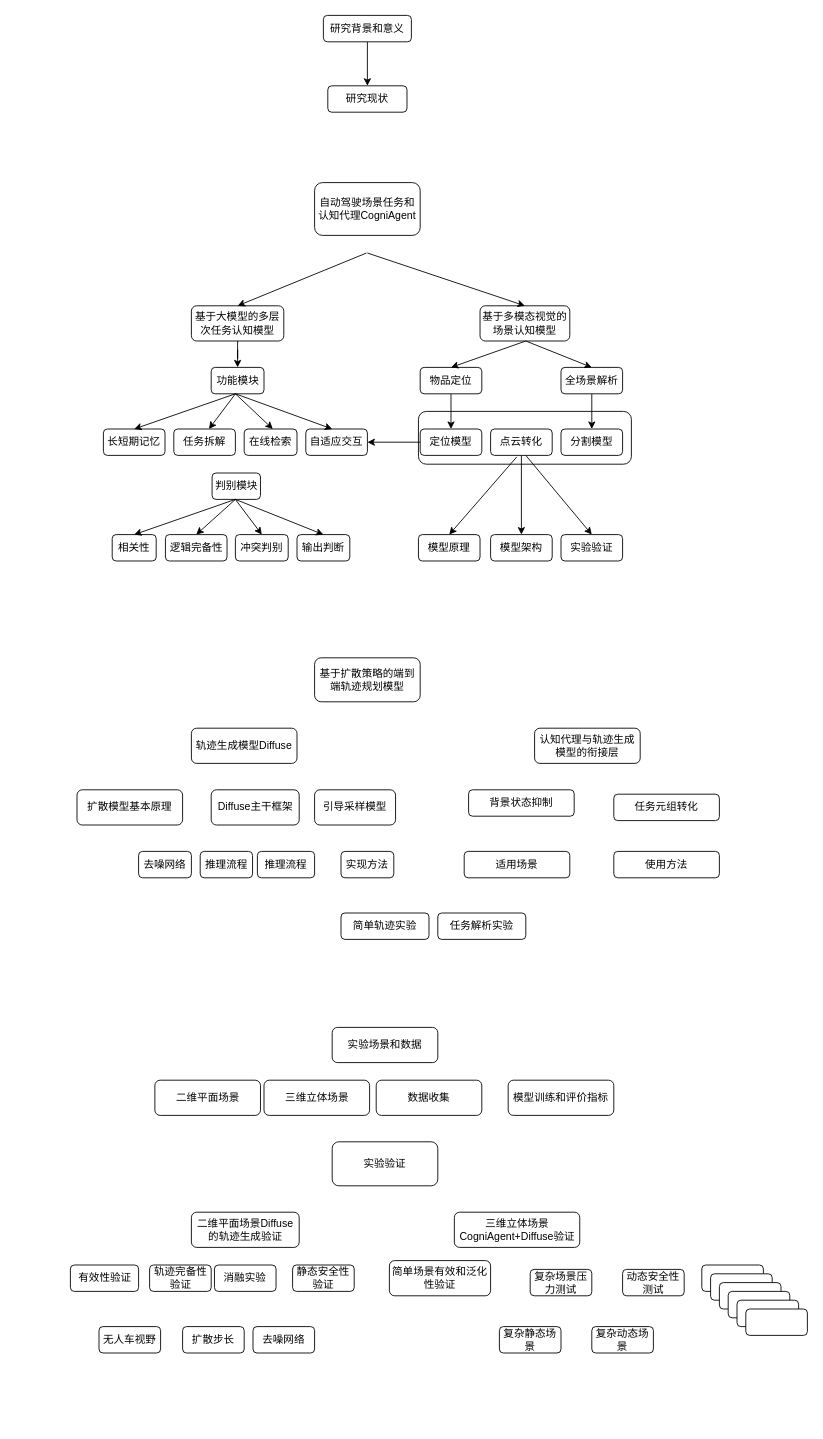
abigfreshman/abigfreshman keeps this draw.io diagram as 技术路线图.drawio. Above is the earlier version. Source tidied: cells renumbered, new cells numbered last; positions are measured from the earlier drawing's top-left corner, leaving out a move shared by most shapes. Both pictures are drawn from the tidied source at 88%, with x=0, y=0 at pixel (70, 15).
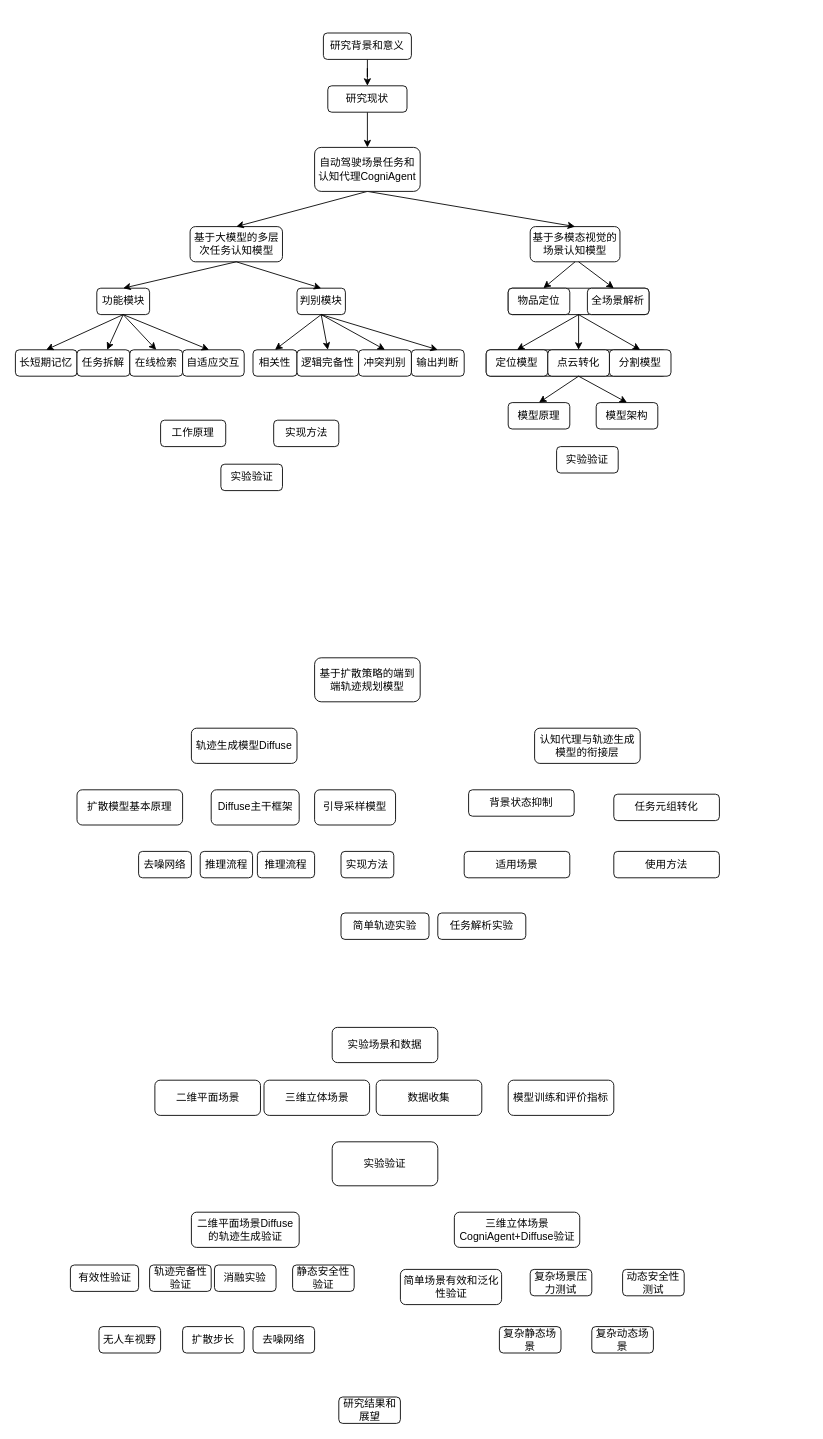
Above is the later version.

Commit message (it also covers changes not shown here):
Update 技术路线图.drawio

The change refers to these unchanged cells:
```xml
<mxCell id="5" value="研究现状" style="whiteSpace=wrap;html=1;rounded=1;" parent="1" vertex="1">
  <mxGeometry x="293" y="80" width="90" height="30" as="geometry" />
</mxCell>
```

The edit, as a diff of the source:
```diff
@@
-    <mxCell id="2" style="rounded=1;whiteSpace=wrap;html=1;" parent="1" vertex="1">
-      <mxGeometry x="396" y="450" width="242" height="60" as="geometry" />
-    </mxCell>
+    <mxCell id="88" style="rounded=1;whiteSpace=wrap;html=1;" parent="1" vertex="1">
+      <mxGeometry x="473" y="380" width="205" height="30" as="geometry" />
+    </mxCell>
+    <mxCell id="89" style="edgeStyle=orthogonalEdgeStyle;rounded=0;jettySize=auto;html=1;entryX=0.5;entryY=0;entryDx=0;entryDy=0;" parent="1" edge="1" source="90" target="37">
+      <mxGeometry relative="1" as="geometry" />
+    </mxCell>
+    <mxCell id="90" style="rounded=1;whiteSpace=wrap;html=1;" parent="1" vertex="1">
+      <mxGeometry x="498" y="310" width="160" height="30" as="geometry" />
+    </mxCell>
@@
     <mxCell id="4" value="研究背景和意义" style="rounded=1;whiteSpace=wrap;html=1;" parent="1" vertex="1">
-      <mxGeometry x="288" width="100" height="30" as="geometry" />
+      <mxGeometry x="288" y="20" width="100" height="30" as="geometry" />
     </mxCell>
+    <mxCell id="91" style="edgeStyle=orthogonalEdgeStyle;rounded=0;jettySize=auto;html=1;entryX=0.5;entryY=0;entryDx=0;entryDy=0;" parent="1" edge="1" source="5" target="51">
+      <mxGeometry relative="1" as="geometry" />
+    </mxCell>
@@
-    <mxCell id="6" style="edgeStyle=orthogonalEdgeStyle;rounded=0;jettySize=auto;html=1;entryX=0.5;entryY=0;entryDx=0;entryDy=0;" parent="1" edge="1" source="7" target="9">
-      <mxGeometry relative="1" as="geometry" />
-    </mxCell>
     <mxCell id="7" value="基于大模型的多层次任务认知模型" style="rounded=1;whiteSpace=wrap;html=1;" parent="1" vertex="1">
-      <mxGeometry x="138" y="330" width="105" height="40" as="geometry" />
+      <mxGeometry x="136.5" y="240" width="105" height="40" as="geometry" />
     </mxCell>
     <mxCell id="8" value="基于多模态视觉的场景认知模型" style="rounded=1;whiteSpace=wrap;html=1;" parent="1" vertex="1">
-      <mxGeometry x="466" y="330" width="102" height="40" as="geometry" />
+      <mxGeometry x="523" y="240" width="102" height="40" as="geometry" />
     </mxCell>
     <mxCell id="9" value="功能模块" style="rounded=1;whiteSpace=wrap;html=1;" parent="1" vertex="1">
-      <mxGeometry x="160.5" y="400" width="60" height="30" as="geometry" />
+      <mxGeometry x="30.5" y="310" width="60" height="30" as="geometry" />
     </mxCell>
     <mxCell id="10" value="判别模块" style="rounded=1;whiteSpace=wrap;html=1;" parent="1" vertex="1">
-      <mxGeometry x="161.5" y="520" width="55" height="30" as="geometry" />
+      <mxGeometry x="258" y="310" width="55" height="30" as="geometry" />
     </mxCell>
     <mxCell id="11" value="长短期记忆" style="rounded=1;whiteSpace=wrap;html=1;" parent="1" vertex="1">
-      <mxGeometry x="38" y="470" width="70" height="30" as="geometry" />
+      <mxGeometry x="-62" y="380" width="70" height="30" as="geometry" />
     </mxCell>
     <mxCell id="12" value="任务拆解" style="rounded=1;whiteSpace=wrap;html=1;" parent="1" vertex="1">
-      <mxGeometry x="118" y="470" width="70" height="30" as="geometry" />
+      <mxGeometry x="8" y="380" width="60" height="30" as="geometry" />
     </mxCell>
     <mxCell id="13" value="在线检索" style="rounded=1;whiteSpace=wrap;html=1;" parent="1" vertex="1">
-      <mxGeometry x="198" y="470" width="60" height="30" as="geometry" />
+      <mxGeometry x="68" y="380" width="60" height="30" as="geometry" />
     </mxCell>
     <mxCell id="14" value="自适应交互" style="rounded=1;whiteSpace=wrap;html=1;" parent="1" vertex="1">
-      <mxGeometry x="268" y="470" width="70" height="30" as="geometry" />
+      <mxGeometry x="128" y="380" width="70" height="30" as="geometry" />
     </mxCell>
     <mxCell id="15" value="相关性" style="rounded=1;whiteSpace=wrap;html=1;" parent="1" vertex="1">
-      <mxGeometry x="48" y="590" width="50" height="30" as="geometry" />
+      <mxGeometry x="208" y="380" width="50" height="30" as="geometry" />
     </mxCell>
     <mxCell id="16" value="逻辑完备性" style="rounded=1;whiteSpace=wrap;html=1;" parent="1" vertex="1">
-      <mxGeometry x="108.5" y="590" width="70" height="30" as="geometry" />
+      <mxGeometry x="258" y="380" width="70" height="30" as="geometry" />
     </mxCell>
     <mxCell id="17" value="输出判断" style="rounded=1;whiteSpace=wrap;html=1;" parent="1" vertex="1">
-      <mxGeometry x="258" y="590" width="60" height="30" as="geometry" />
+      <mxGeometry x="388" y="380" width="60" height="30" as="geometry" />
     </mxCell>
     <mxCell id="18" value="冲突判别" style="rounded=1;whiteSpace=wrap;html=1;" parent="1" vertex="1">
-      <mxGeometry x="188" y="590" width="60" height="30" as="geometry" />
+      <mxGeometry x="328" y="380" width="60" height="30" as="geometry" />
     </mxCell>
-    <mxCell id="19" style="endArrow=classic;html=1;rounded=0;entryX=0.5;entryY=0;entryDx=0;entryDy=0;" parent="1" edge="1" target="8">
-      <mxGeometry relative="1" as="geometry">
-        <mxPoint x="338" y="270" as="sourcePoint" />
-      </mxGeometry>
+    <mxCell id="19" style="endArrow=classic;html=1;rounded=0;entryX=0.5;entryY=0;entryDx=0;entryDy=0;exitX=0.5;exitY=1;exitDx=0;exitDy=0;" parent="1" edge="1" source="51" target="8">
+      <mxGeometry relative="1" as="geometry" />
     </mxCell>
-    <mxCell id="20" style="endArrow=classic;html=1;rounded=0;entryX=0.5;entryY=0;entryDx=0;entryDy=0;" parent="1" edge="1" target="7">
-      <mxGeometry relative="1" as="geometry">
-        <mxPoint x="337" y="270" as="sourcePoint" />
-      </mxGeometry>
+    <mxCell id="20" style="endArrow=classic;html=1;rounded=0;entryX=0.5;entryY=0;entryDx=0;entryDy=0;exitX=0.5;exitY=1;exitDx=0;exitDy=0;" parent="1" edge="1" source="51" target="7">
+      <mxGeometry relative="1" as="geometry" />
     </mxCell>
-    <mxCell id="21" style="endArrow=classic;html=1;rounded=0;entryX=0.571;entryY=0;entryDx=0;entryDy=0;entryPerimeter=0;" parent="1" edge="1" target="12">
-      <mxGeometry relative="1" as="geometry">
-        <mxPoint x="188" y="430" as="sourcePoint" />
-      </mxGeometry>
+    <mxCell id="21" style="endArrow=classic;html=1;rounded=0;entryX=0.571;entryY=0;entryDx=0;entryDy=0;entryPerimeter=0;exitX=0.5;exitY=1;exitDx=0;exitDy=0;" parent="1" edge="1" source="9" target="12">
+      <mxGeometry relative="1" as="geometry" />
     </mxCell>
-    <mxCell id="22" style="endArrow=classic;html=1;rounded=0;entryX=0.571;entryY=0;entryDx=0;entryDy=0;entryPerimeter=0;" parent="1" edge="1">
-      <mxGeometry relative="1" as="geometry">
-        <mxPoint x="188" y="430" as="sourcePoint" />
-        <mxPoint x="230.5" y="470" as="targetPoint" />
-      </mxGeometry>
+    <mxCell id="22" style="endArrow=classic;html=1;rounded=0;entryX=0.5;entryY=0;entryDx=0;entryDy=0;exitX=0.5;exitY=1;exitDx=0;exitDy=0;" parent="1" edge="1" source="9" target="13">
+      <mxGeometry relative="1" as="geometry" />
     </mxCell>
-    <mxCell id="23" style="endArrow=classic;html=1;rounded=0;entryX=0.5;entryY=0;entryDx=0;entryDy=0;" parent="1" edge="1" target="11">
-      <mxGeometry relative="1" as="geometry">
-        <mxPoint x="188" y="430" as="sourcePoint" />
-      </mxGeometry>
+    <mxCell id="23" style="endArrow=classic;html=1;rounded=0;entryX=0.5;entryY=0;entryDx=0;entryDy=0;exitX=0.5;exitY=1;exitDx=0;exitDy=0;" parent="1" edge="1" source="9" target="11">
+      <mxGeometry relative="1" as="geometry" />
     </mxCell>
-    <mxCell id="24" style="endArrow=classic;html=1;rounded=0;entryX=0.429;entryY=0;entryDx=0;entryDy=0;entryPerimeter=0;" parent="1" edge="1" target="14">
-      <mxGeometry relative="1" as="geometry">
-        <mxPoint x="188" y="430" as="sourcePoint" />
-      </mxGeometry>
+    <mxCell id="24" style="endArrow=classic;html=1;rounded=0;entryX=0.429;entryY=0;entryDx=0;entryDy=0;entryPerimeter=0;exitX=0.5;exitY=1;exitDx=0;exitDy=0;" parent="1" edge="1" source="9" target="14">
+      <mxGeometry relative="1" as="geometry" />
     </mxCell>
-    <mxCell id="25" style="endArrow=classic;html=1;rounded=0;entryX=0.5;entryY=0;entryDx=0;entryDy=0;" parent="1" edge="1" target="17">
-      <mxGeometry relative="1" as="geometry">
-        <mxPoint x="188" y="550" as="sourcePoint" />
-      </mxGeometry>
+    <mxCell id="25" style="endArrow=classic;html=1;rounded=0;entryX=0.5;entryY=0;entryDx=0;entryDy=0;exitX=0.5;exitY=1;exitDx=0;exitDy=0;" parent="1" edge="1" source="10" target="17">
+      <mxGeometry relative="1" as="geometry" />
     </mxCell>
-    <mxCell id="26" style="endArrow=classic;html=1;rounded=0;entryX=0.5;entryY=0;entryDx=0;entryDy=0;" parent="1" edge="1" target="18">
-      <mxGeometry relative="1" as="geometry">
-        <mxPoint x="188" y="550" as="sourcePoint" />
-      </mxGeometry>
+    <mxCell id="26" style="endArrow=classic;html=1;rounded=0;entryX=0.5;entryY=0;entryDx=0;entryDy=0;exitX=0.5;exitY=1;exitDx=0;exitDy=0;" parent="1" edge="1" source="10" target="18">
+      <mxGeometry relative="1" as="geometry" />
     </mxCell>
-    <mxCell id="27" style="endArrow=classic;html=1;rounded=0;entryX=0.5;entryY=0;entryDx=0;entryDy=0;" parent="1" edge="1" target="16">
-      <mxGeometry relative="1" as="geometry">
-        <mxPoint x="188" y="550" as="sourcePoint" />
-      </mxGeometry>
+    <mxCell id="27" style="endArrow=classic;html=1;rounded=0;entryX=0.5;entryY=0;entryDx=0;entryDy=0;exitX=0.5;exitY=1;exitDx=0;exitDy=0;" parent="1" edge="1" source="10" target="16">
+      <mxGeometry relative="1" as="geometry" />
     </mxCell>
-    <mxCell id="28" style="endArrow=classic;html=1;rounded=0;entryX=0.5;entryY=0;entryDx=0;entryDy=0;" parent="1" edge="1" target="15">
-      <mxGeometry relative="1" as="geometry">
-        <mxPoint x="188" y="550" as="sourcePoint" />
-      </mxGeometry>
+    <mxCell id="28" style="endArrow=classic;html=1;rounded=0;entryX=0.5;entryY=0;entryDx=0;entryDy=0;exitX=0.5;exitY=1;exitDx=0;exitDy=0;" parent="1" edge="1" source="10" target="15">
+      <mxGeometry relative="1" as="geometry" />
     </mxCell>
-    <mxCell id="29" style="edgeStyle=orthogonalEdgeStyle;rounded=0;jettySize=auto;html=1;" parent="1" edge="1" source="30" target="35">
-      <mxGeometry relative="1" as="geometry" />
-    </mxCell>
     <mxCell id="30" value="物品定位" style="rounded=1;whiteSpace=wrap;html=1;" parent="1" vertex="1">
-      <mxGeometry x="398" y="400" width="70" height="30" as="geometry" />
+      <mxGeometry x="498" y="310" width="70" height="30" as="geometry" />
     </mxCell>
-    <mxCell id="31" style="edgeStyle=orthogonalEdgeStyle;rounded=0;jettySize=auto;html=1;entryX=0.5;entryY=0;entryDx=0;entryDy=0;" parent="1" edge="1" source="32" target="33">
-      <mxGeometry relative="1" as="geometry" />
-    </mxCell>
     <mxCell id="32" value="全场景解析" style="rounded=1;whiteSpace=wrap;html=1;" parent="1" vertex="1">
-      <mxGeometry x="558" y="400" width="70" height="30" as="geometry" />
+      <mxGeometry x="588" y="310" width="70" height="30" as="geometry" />
     </mxCell>
     <mxCell id="33" value="分割模型" style="rounded=1;whiteSpace=wrap;html=1;" parent="1" vertex="1">
-      <mxGeometry x="558" y="470" width="70" height="30" as="geometry" />
+      <mxGeometry x="613" y="380" width="70" height="30" as="geometry" />
     </mxCell>
-    <mxCell id="34" style="edgeStyle=orthogonalEdgeStyle;rounded=0;jettySize=auto;html=1;entryX=1;entryY=0.5;entryDx=0;entryDy=0;" parent="1" edge="1" source="35" target="14">
-      <mxGeometry relative="1" as="geometry" />
-    </mxCell>
     <mxCell id="35" value="定位模型" style="rounded=1;whiteSpace=wrap;html=1;" parent="1" vertex="1">
-      <mxGeometry x="398" y="470" width="70" height="30" as="geometry" />
+      <mxGeometry x="473" y="380" width="70" height="30" as="geometry" />
     </mxCell>
-    <mxCell id="36" style="edgeStyle=orthogonalEdgeStyle;rounded=0;jettySize=auto;html=1;entryX=0.5;entryY=0;entryDx=0;entryDy=0;" parent="1" edge="1" source="37" target="42">
-      <mxGeometry relative="1" as="geometry" />
-    </mxCell>
     <mxCell id="37" value="点云转化" style="rounded=1;whiteSpace=wrap;html=1;" parent="1" vertex="1">
-      <mxGeometry x="478" y="470" width="70" height="30" as="geometry" />
+      <mxGeometry x="543" y="380" width="70" height="30" as="geometry" />
     </mxCell>
     <mxCell id="38" value="模型原理" style="rounded=1;whiteSpace=wrap;html=1;" parent="1" vertex="1">
-      <mxGeometry x="396" y="590" width="70" height="30" as="geometry" />
+      <mxGeometry x="498" y="440" width="70" height="30" as="geometry" />
     </mxCell>
     <mxCell id="39" value="实验验证" style="rounded=1;whiteSpace=wrap;html=1;" parent="1" vertex="1">
-      <mxGeometry x="558" y="590" width="70" height="30" as="geometry" />
+      <mxGeometry x="553" y="490" width="70" height="30" as="geometry" />
     </mxCell>
-    <mxCell id="40" style="endArrow=classic;html=1;rounded=0;entryX=0.5;entryY=0;entryDx=0;entryDy=0;" parent="1" edge="1" target="32">
+    <mxCell id="40" style="endArrow=classic;html=1;rounded=0;entryX=0.75;entryY=0;entryDx=0;entryDy=0;" parent="1" edge="1" target="90">
       <mxGeometry relative="1" as="geometry">
-        <mxPoint x="518" y="370" as="sourcePoint" />
+        <mxPoint x="578" y="280" as="sourcePoint" />
       </mxGeometry>
     </mxCell>
-    <mxCell id="41" style="endArrow=classic;html=1;rounded=0;entryX=0.5;entryY=0;entryDx=0;entryDy=0;" parent="1" edge="1" target="30">
-      <mxGeometry relative="1" as="geometry">
-        <mxPoint x="518" y="370" as="sourcePoint" />
-      </mxGeometry>
+    <mxCell id="41" style="endArrow=classic;html=1;rounded=0;entryX=0.25;entryY=0;entryDx=0;entryDy=0;exitX=0.5;exitY=1;exitDx=0;exitDy=0;" parent="1" edge="1" source="8" target="90">
+      <mxGeometry relative="1" as="geometry" />
     </mxCell>
-    <mxCell id="42" value="模型架构" style="rounded=1;whiteSpace=wrap;html=1;" parent="1" vertex="1">
-      <mxGeometry x="478" y="590" width="70" height="30" as="geometry" />
-    </mxCell>
-    <mxCell id="43" style="endArrow=classic;html=1;rounded=0;entryX=0.5;entryY=0;entryDx=0;entryDy=0;" parent="1" edge="1" target="39">
-      <mxGeometry relative="1" as="geometry">
-        <mxPoint x="518" y="500" as="sourcePoint" />
-      </mxGeometry>
-    </mxCell>
-    <mxCell id="44" style="endArrow=classic;html=1;rounded=0;entryX=0.5;entryY=0;entryDx=0;entryDy=0;exitX=0.425;exitY=1.057;exitDx=0;exitDy=0;exitPerimeter=0;" parent="1" edge="1" source="37" target="38">
-      <mxGeometry relative="1" as="geometry" />
-    </mxCell>
@@
     <mxCell id="51" value="自动驾驶场景任务和认知代理CogniAgent" style="rounded=1;whiteSpace=wrap;html=1;" parent="1" vertex="1">
-      <mxGeometry x="278" y="190" width="120" height="60" as="geometry" />
+      <mxGeometry x="278" y="150" width="120" height="50" as="geometry" />
     </mxCell>
@@
-    <mxCell id="72" style="whiteSpace=wrap;html=1;rounded=1;" parent="1" vertex="1">
-      <mxGeometry x="718" y="1420" width="70" height="30" as="geometry" />
-    </mxCell>
@@
-    <mxCell id="77" style="whiteSpace=wrap;html=1;rounded=1;" parent="1" vertex="1">
-      <mxGeometry x="728" y="1430" width="70" height="30" as="geometry" />
-    </mxCell>
-    <mxCell id="78" style="whiteSpace=wrap;html=1;rounded=1;" parent="1" vertex="1">
-      <mxGeometry x="738" y="1440" width="70" height="30" as="geometry" />
-    </mxCell>
-    <mxCell id="79" style="whiteSpace=wrap;html=1;rounded=1;" parent="1" vertex="1">
-      <mxGeometry x="748" y="1450" width="70" height="30" as="geometry" />
-    </mxCell>
-    <mxCell id="80" style="whiteSpace=wrap;html=1;rounded=1;" parent="1" vertex="1">
-      <mxGeometry x="758" y="1460" width="70" height="30" as="geometry" />
-    </mxCell>
-    <mxCell id="81" style="whiteSpace=wrap;html=1;rounded=1;" parent="1" vertex="1">
-      <mxGeometry x="768" y="1470" width="70" height="30" as="geometry" />
+    <mxCell id="81" value="研究结果和展望" style="whiteSpace=wrap;html=1;rounded=1;" parent="1" vertex="1">
+      <mxGeometry x="305.5" y="1570" width="70" height="30" as="geometry" />
     </mxCell>
@@
     <mxCell id="86" value="简单场景有效和泛化性验证" style="whiteSpace=wrap;html=1;rounded=1;" parent="1" vertex="1">
-      <mxGeometry x="363" y="1415" width="115" height="40" as="geometry" />
+      <mxGeometry x="375.5" y="1425" width="115" height="40" as="geometry" />
     </mxCell>
@@
+    <mxCell id="6" style="endArrow=classic;html=1;rounded=0;entryX=0.5;entryY=0;entryDx=0;entryDy=0;exitX=0.5;exitY=1;exitDx=0;exitDy=0;" parent="1" edge="1" source="7" target="9">
+      <mxGeometry relative="1" as="geometry" />
+    </mxCell>
+    <mxCell id="92" style="endArrow=classic;html=1;rounded=0;entryX=0.5;entryY=0;entryDx=0;entryDy=0;exitX=0.5;exitY=1;exitDx=0;exitDy=0;" parent="1" edge="1" source="7" target="10">
+      <mxGeometry relative="1" as="geometry" />
+    </mxCell>
+    <mxCell id="93" style="endArrow=classic;html=1;rounded=0;entryX=0.5;entryY=0;entryDx=0;entryDy=0;" parent="1" edge="1" target="33">
+      <mxGeometry relative="1" as="geometry">
+        <mxPoint x="578" y="340" as="sourcePoint" />
+      </mxGeometry>
+    </mxCell>
+    <mxCell id="94" style="endArrow=classic;html=1;rounded=0;entryX=0.5;entryY=0;entryDx=0;entryDy=0;exitX=0.5;exitY=1;exitDx=0;exitDy=0;" parent="1" edge="1" source="90" target="35">
+      <mxGeometry relative="1" as="geometry" />
+    </mxCell>
+    <mxCell id="42" value="模型架构" style="rounded=1;whiteSpace=wrap;html=1;" parent="1" vertex="1">
+      <mxGeometry x="598" y="440" width="70" height="30" as="geometry" />
+    </mxCell>
+    <mxCell id="44" style="endArrow=classic;html=1;rounded=0;entryX=0.5;entryY=0;entryDx=0;entryDy=0;exitX=0.5;exitY=1;exitDx=0;exitDy=0;" parent="1" edge="1" source="37" target="38">
+      <mxGeometry relative="1" as="geometry" />
+    </mxCell>
+    <mxCell id="36" style="endArrow=classic;html=1;rounded=0;entryX=0.5;entryY=0;entryDx=0;entryDy=0;exitX=0.5;exitY=1;exitDx=0;exitDy=0;" parent="1" edge="1" source="37" target="42">
+      <mxGeometry relative="1" as="geometry" />
+    </mxCell>
+    <mxCell id="95" value="工作原理" style="rounded=1;whiteSpace=wrap;html=1;" parent="1" vertex="1">
+      <mxGeometry x="103" y="460" width="74" height="30" as="geometry" />
+    </mxCell>
+    <mxCell id="96" value="实现方法" style="rounded=1;whiteSpace=wrap;html=1;" parent="1" vertex="1">
+      <mxGeometry x="231.5" y="460" width="74" height="30" as="geometry" />
+    </mxCell>
+    <mxCell id="97" value="实验验证" style="rounded=1;whiteSpace=wrap;html=1;" parent="1" vertex="1">
+      <mxGeometry x="171.5" y="510" width="70" height="30" as="geometry" />
+    </mxCell>
```
